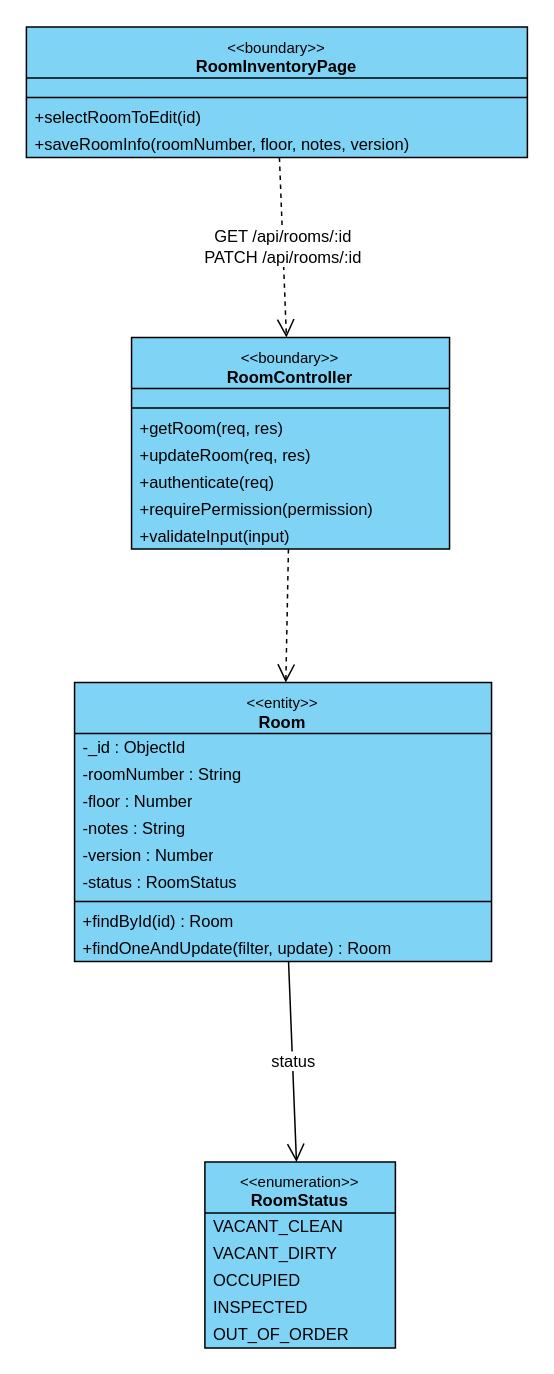
toikobi401/SWD392 keeps this draw.io diagram as final/diagrams/M1_Inventory-And-Pricing_Diagrams/class_diagrams/CD-01_UC-M09_UpdateRoomInfo.drawio. Above is the earlier version. Source tidied: cells renumbered, new cells numbered last; positions are measured from the earlier drawing's top-left corner, leaving out a move shared by most shapes. Both pictures are drawn from the tidied source at 150%, with x=0, y=0 at pixel (26, 26).
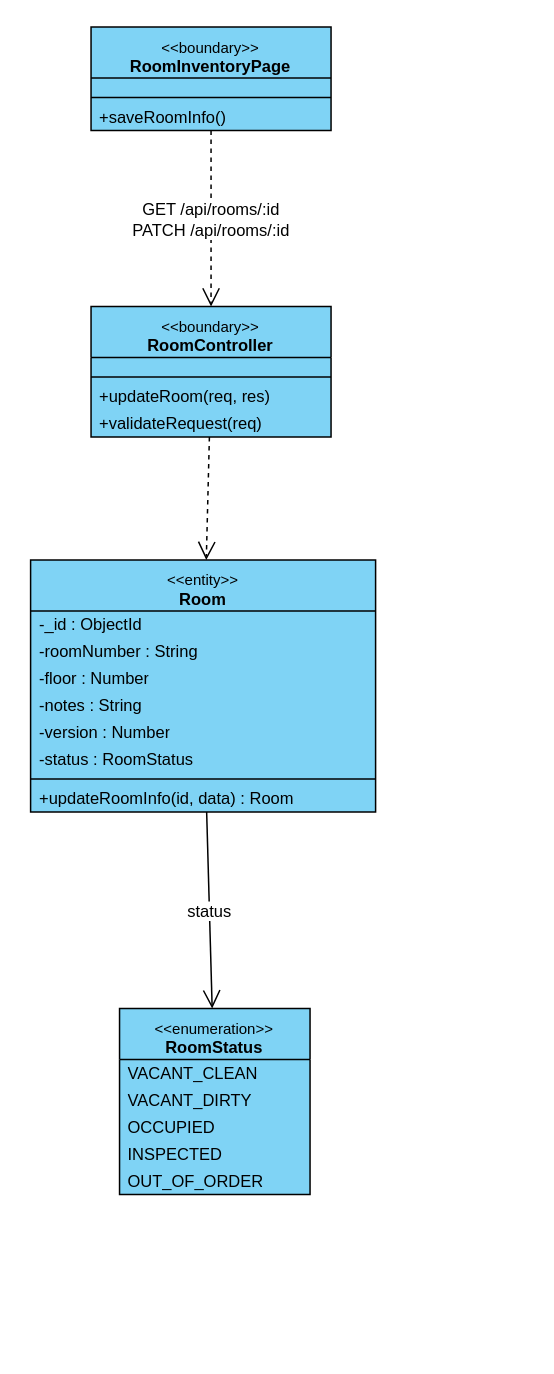
Above is the later version.

The edit, as a diff of the source:
```diff
@@
     <mxCell id="2" value="&lt;font style=&quot;font-size:10px&quot;&gt;&amp;lt;&amp;lt;boundary&amp;gt;&amp;gt;&lt;/font&gt;&lt;br&gt;&lt;b&gt;RoomInventoryPage&lt;/b&gt;" style="swimlane;fontStyle=0;align=center;verticalAlign=top;horizontal=1;startSize=34;html=1;whiteSpace=wrap;fontSize=11;fillColor=#7fd3f5;swimlaneFillColor=#7fd3f5;strokeColor=#000000;" parent="1" vertex="1">
-      <mxGeometry x="0.1" y="0.5" width="334" height="87" as="geometry" />
+      <mxGeometry x="43.2" y="0.5" width="160" height="69" as="geometry" />
     </mxCell>
     <mxCell id="3" style="text;strokeColor=none;fillColor=none;html=1;" parent="2" vertex="1">
-      <mxGeometry y="34" width="334" height="9" as="geometry" />
+      <mxGeometry y="34" width="160" height="9" as="geometry" />
     </mxCell>
     <mxCell id="4" style="line;strokeWidth=1;fillColor=none;align=left;verticalAlign=middle;spacingTop=-1;spacingLeft=3;spacingRight=3;labelPosition=right;strokeColor=#000000;" parent="2" vertex="1">
-      <mxGeometry y="43" width="334" height="8" as="geometry" />
+      <mxGeometry y="43" width="160" height="8" as="geometry" />
     </mxCell>
-    <mxCell id="5" value="+selectRoomToEdit(id)" style="text;strokeColor=none;fillColor=none;align=left;verticalAlign=middle;spacingLeft=4;spacingRight=4;overflow=hidden;whiteSpace=nowrap;html=1;fontSize=11;" parent="2" vertex="1">
-      <mxGeometry y="51" width="334" height="18" as="geometry" />
+    <mxCell id="5" value="+saveRoomInfo()" style="text;strokeColor=none;fillColor=none;align=left;verticalAlign=middle;spacingLeft=4;spacingRight=4;overflow=hidden;whiteSpace=nowrap;html=1;fontSize=11;" parent="2" vertex="1">
+      <mxGeometry y="51" width="160" height="18" as="geometry" />
     </mxCell>
-    <mxCell id="6" value="+saveRoomInfo(roomNumber, floor, notes, version)" style="text;strokeColor=none;fillColor=none;align=left;verticalAlign=middle;spacingLeft=4;spacingRight=4;overflow=hidden;whiteSpace=nowrap;html=1;fontSize=11;" parent="2" vertex="1">
-      <mxGeometry y="69" width="334" height="18" as="geometry" />
-    </mxCell>
     <mxCell id="7" value="&lt;font style=&quot;font-size:10px&quot;&gt;&amp;lt;&amp;lt;boundary&amp;gt;&amp;gt;&lt;/font&gt;&lt;br&gt;&lt;b&gt;RoomController&lt;/b&gt;" style="swimlane;fontStyle=0;align=center;verticalAlign=top;horizontal=1;startSize=34;html=1;whiteSpace=wrap;fontSize=11;fillColor=#7fd3f5;swimlaneFillColor=#7fd3f5;strokeColor=#000000;" parent="1" vertex="1">
-      <mxGeometry x="70.2" y="207.5" width="212" height="141" as="geometry" />
+      <mxGeometry x="43.2" y="186.8" width="160" height="87" as="geometry" />
     </mxCell>
     <mxCell id="8" style="text;strokeColor=none;fillColor=none;html=1;" parent="7" vertex="1">
-      <mxGeometry y="34" width="212" height="9" as="geometry" />
+      <mxGeometry y="34" width="160" height="9" as="geometry" />
     </mxCell>
     <mxCell id="9" style="line;strokeWidth=1;fillColor=none;align=left;verticalAlign=middle;spacingTop=-1;spacingLeft=3;spacingRight=3;labelPosition=right;strokeColor=#000000;" parent="7" vertex="1">
-      <mxGeometry y="43" width="212" height="8" as="geometry" />
+      <mxGeometry y="43" width="160" height="8" as="geometry" />
     </mxCell>
-    <mxCell id="10" value="+getRoom(req, res)" style="text;strokeColor=none;fillColor=none;align=left;verticalAlign=middle;spacingLeft=4;spacingRight=4;overflow=hidden;whiteSpace=nowrap;html=1;fontSize=11;" parent="7" vertex="1">
-      <mxGeometry y="51" width="212" height="18" as="geometry" />
+    <mxCell id="10" value="+updateRoom(req, res)" style="text;strokeColor=none;fillColor=none;align=left;verticalAlign=middle;spacingLeft=4;spacingRight=4;overflow=hidden;whiteSpace=nowrap;html=1;fontSize=11;" parent="7" vertex="1">
+      <mxGeometry y="51" width="160" height="18" as="geometry" />
     </mxCell>
-    <mxCell id="11" value="+updateRoom(req, res)" style="text;strokeColor=none;fillColor=none;align=left;verticalAlign=middle;spacingLeft=4;spacingRight=4;overflow=hidden;whiteSpace=nowrap;html=1;fontSize=11;" parent="7" vertex="1">
-      <mxGeometry y="69" width="212" height="18" as="geometry" />
+    <mxCell id="11" value="+validateRequest(req)" style="text;strokeColor=none;fillColor=none;align=left;verticalAlign=middle;spacingLeft=4;spacingRight=4;overflow=hidden;whiteSpace=nowrap;html=1;fontSize=11;" parent="7" vertex="1">
+      <mxGeometry y="69" width="160" height="18" as="geometry" />
     </mxCell>
-    <mxCell id="12" value="+authenticate(req)" style="text;strokeColor=none;fillColor=none;align=left;verticalAlign=middle;spacingLeft=4;spacingRight=4;overflow=hidden;whiteSpace=nowrap;html=1;fontSize=11;" parent="7" vertex="1">
-      <mxGeometry y="87" width="212" height="18" as="geometry" />
-    </mxCell>
-    <mxCell id="13" value="+requirePermission(permission)" style="text;strokeColor=none;fillColor=none;align=left;verticalAlign=middle;spacingLeft=4;spacingRight=4;overflow=hidden;whiteSpace=nowrap;html=1;fontSize=11;" parent="7" vertex="1">
-      <mxGeometry y="105" width="212" height="18" as="geometry" />
-    </mxCell>
-    <mxCell id="14" value="+validateInput(input)" style="text;strokeColor=none;fillColor=none;align=left;verticalAlign=middle;spacingLeft=4;spacingRight=4;overflow=hidden;whiteSpace=nowrap;html=1;fontSize=11;" parent="7" vertex="1">
-      <mxGeometry y="123" width="212" height="18" as="geometry" />
-    </mxCell>
     <mxCell id="15" value="&lt;font style=&quot;font-size:10px&quot;&gt;&amp;lt;&amp;lt;entity&amp;gt;&amp;gt;&lt;/font&gt;&lt;br&gt;&lt;b&gt;Room&lt;/b&gt;" style="swimlane;fontStyle=0;align=center;verticalAlign=top;horizontal=1;startSize=34;html=1;whiteSpace=wrap;fontSize=11;fillColor=#7fd3f5;swimlaneFillColor=#7fd3f5;strokeColor=#000000;" parent="1" vertex="1">
-      <mxGeometry x="32.2" y="437.5" width="278" height="186" as="geometry" />
+      <mxGeometry x="2.9" y="355.8" width="230" height="168" as="geometry" />
     </mxCell>
     <mxCell id="16" value="-_id : ObjectId" style="text;strokeColor=none;fillColor=none;align=left;verticalAlign=middle;spacingLeft=4;spacingRight=4;overflow=hidden;whiteSpace=nowrap;html=1;fontSize=11;" parent="15" vertex="1">
-      <mxGeometry y="34" width="278" height="18" as="geometry" />
+      <mxGeometry y="34" width="230" height="18" as="geometry" />
     </mxCell>
     <mxCell id="17" value="-roomNumber : String" style="text;strokeColor=none;fillColor=none;align=left;verticalAlign=middle;spacingLeft=4;spacingRight=4;overflow=hidden;whiteSpace=nowrap;html=1;fontSize=11;" parent="15" vertex="1">
-      <mxGeometry y="52" width="278" height="18" as="geometry" />
+      <mxGeometry y="52" width="230" height="18" as="geometry" />
     </mxCell>
     <mxCell id="18" value="-floor : Number" style="text;strokeColor=none;fillColor=none;align=left;verticalAlign=middle;spacingLeft=4;spacingRight=4;overflow=hidden;whiteSpace=nowrap;html=1;fontSize=11;" parent="15" vertex="1">
-      <mxGeometry y="70" width="278" height="18" as="geometry" />
+      <mxGeometry y="70" width="230" height="18" as="geometry" />
     </mxCell>
     <mxCell id="19" value="-notes : String" style="text;strokeColor=none;fillColor=none;align=left;verticalAlign=middle;spacingLeft=4;spacingRight=4;overflow=hidden;whiteSpace=nowrap;html=1;fontSize=11;" parent="15" vertex="1">
-      <mxGeometry y="88" width="278" height="18" as="geometry" />
+      <mxGeometry y="88" width="230" height="18" as="geometry" />
     </mxCell>
     <mxCell id="20" value="-version : Number" style="text;strokeColor=none;fillColor=none;align=left;verticalAlign=middle;spacingLeft=4;spacingRight=4;overflow=hidden;whiteSpace=nowrap;html=1;fontSize=11;" parent="15" vertex="1">
-      <mxGeometry y="106" width="278" height="18" as="geometry" />
+      <mxGeometry y="106" width="230" height="18" as="geometry" />
     </mxCell>
     <mxCell id="21" value="-status : RoomStatus" style="text;strokeColor=none;fillColor=none;align=left;verticalAlign=middle;spacingLeft=4;spacingRight=4;overflow=hidden;whiteSpace=nowrap;html=1;fontSize=11;" parent="15" vertex="1">
-      <mxGeometry y="124" width="278" height="18" as="geometry" />
+      <mxGeometry y="124" width="230" height="18" as="geometry" />
     </mxCell>
     <mxCell id="22" style="line;strokeWidth=1;fillColor=none;align=left;verticalAlign=middle;spacingTop=-1;spacingLeft=3;spacingRight=3;labelPosition=right;strokeColor=#000000;" parent="15" vertex="1">
-      <mxGeometry y="142" width="278" height="8" as="geometry" />
+      <mxGeometry y="142" width="230" height="8" as="geometry" />
     </mxCell>
-    <mxCell id="23" value="+findById(id) : Room" style="text;strokeColor=none;fillColor=none;align=left;verticalAlign=middle;spacingLeft=4;spacingRight=4;overflow=hidden;whiteSpace=nowrap;html=1;fontSize=11;" parent="15" vertex="1">
-      <mxGeometry y="150" width="278" height="18" as="geometry" />
+    <mxCell id="23" value="+updateRoomInfo(id, data) : Room" style="text;strokeColor=none;fillColor=none;align=left;verticalAlign=middle;spacingLeft=4;spacingRight=4;overflow=hidden;whiteSpace=nowrap;html=1;fontSize=11;" parent="15" vertex="1">
+      <mxGeometry y="150" width="230" height="18" as="geometry" />
     </mxCell>
-    <mxCell id="24" value="+findOneAndUpdate(filter, update) : Room" style="text;strokeColor=none;fillColor=none;align=left;verticalAlign=middle;spacingLeft=4;spacingRight=4;overflow=hidden;whiteSpace=nowrap;html=1;fontSize=11;" parent="15" vertex="1">
-      <mxGeometry y="168" width="278" height="18" as="geometry" />
-    </mxCell>
     <mxCell id="25" value="&lt;font style=&quot;font-size:10px&quot;&gt;&amp;lt;&amp;lt;enumeration&amp;gt;&amp;gt;&lt;/font&gt;&lt;br&gt;&lt;b&gt;RoomStatus&lt;/b&gt;" style="swimlane;fontStyle=0;align=center;verticalAlign=top;horizontal=1;startSize=34;html=1;whiteSpace=wrap;fontSize=11;fillColor=#7fd3f5;swimlaneFillColor=#7fd3f5;strokeColor=#000000;" parent="1" vertex="1">
-      <mxGeometry x="119.1" y="757.2" width="127" height="124" as="geometry" />
+      <mxGeometry x="62.2" y="654.8" width="127" height="124" as="geometry" />
     </mxCell>
```
